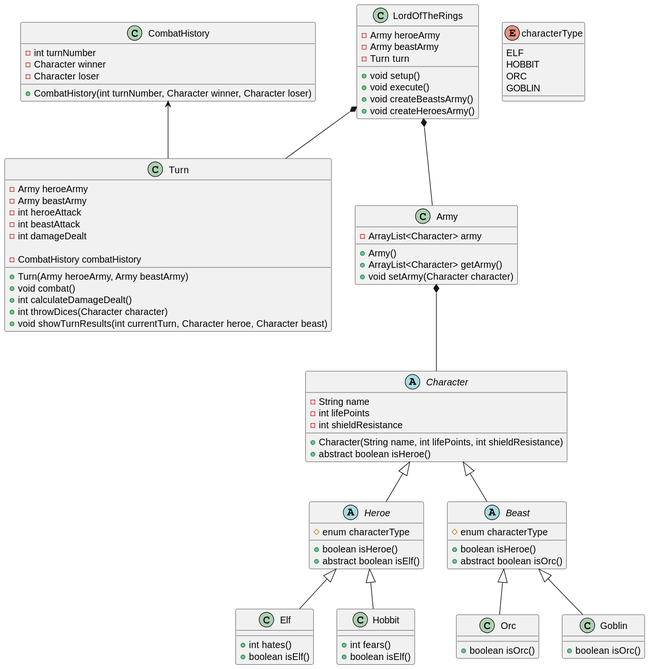
The PlantUML diagram docs/ClassDiagram.svg in daniel-Lopez-telus/LordOfTheRings, before a commit.
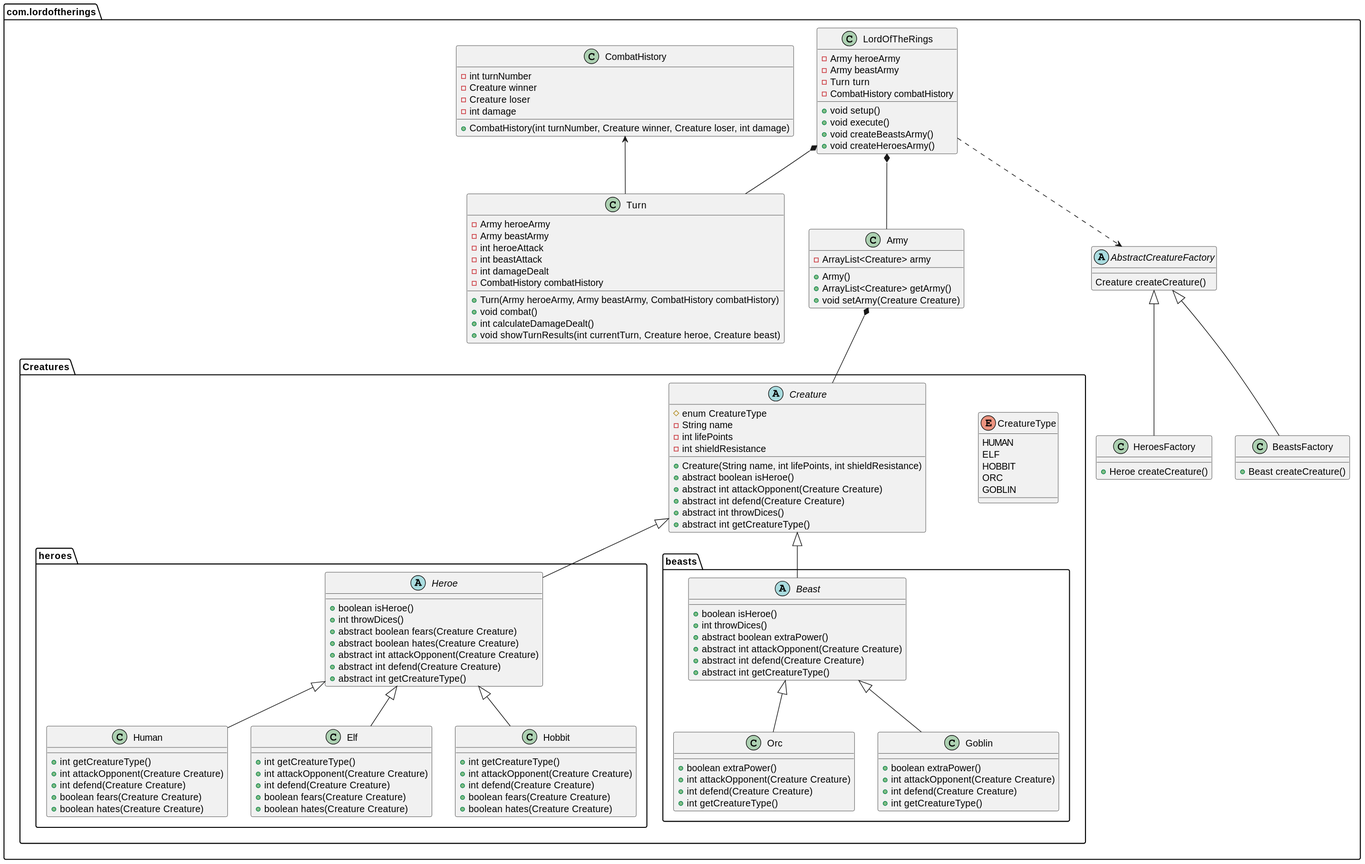
Above is the later version.

Commit message:
Rename: character to creature

Diff of the diagram source:
```diff
@@ -1,101 +1,156 @@
-@startuml LordOfTheRings
+@startuml ClassDiagram
 
-class LordOfTheRings{
-    -Army heroeArmy
-    -Army beastArmy
-    -Turn turn
+package com.lordoftherings{
+    class LordOfTheRings{
+        -Army heroeArmy
+        -Army beastArmy
+        -Turn turn
+        -CombatHistory combatHistory
 
-    +void setup()
-    +void execute()
-    +void createBeastsArmy()
-    +void createHeroesArmy()
-}
+        +void setup()
+        +void execute()
+        +void createBeastsArmy()
+        +void createHeroesArmy()
+    }
 
-class Turn{
-    -Army heroeArmy
-    -Army beastArmy
-    -int heroeAttack
-    -int beastAttack
-    -int damageDealt
+    class Turn{
+        -Army heroeArmy
+        -Army beastArmy
+        -int heroeAttack
+        -int beastAttack
+        -int damageDealt
+        -CombatHistory combatHistory
 
-    +Turn(Army heroeArmy, Army beastArmy)
-    -CombatHistory combatHistory
-    +void combat()
-    +int calculateDamageDealt()
-    +int throwDices(Character character)
-    +void showTurnResults(int currentTurn, Character heroe, Character beast)
-}
+        +Turn(Army heroeArmy, Army beastArmy, CombatHistory combatHistory)
+        +void combat()
+        +int calculateDamageDealt()
+        +void showTurnResults(int currentTurn, Creature heroe, Creature beast)
+    }
 
-class CombatHistory{
-    -int turnNumber
-    -Character winner
-    -Character loser
+    class CombatHistory{
+        -int turnNumber
+        -Creature winner
+        -Creature loser
+        -int damage
 
-    +CombatHistory(int turnNumber, Character winner, Character loser)
-}
+        +CombatHistory(int turnNumber, Creature winner, Creature loser, int damage)
+    }
 
-class Army{
-    -ArrayList<Character> army
+    package Creatures{
+        enum CreatureType{
+            HUMAN
+            ELF
+            HOBBIT
+            ORC
+            GOBLIN
+        }
 
-    +Army()
-    +ArrayList<Character> getArmy()
-    +void setArmy(Character character)
-}
+        abstract class Creature{
+            #enum CreatureType
+            -String name
+            -int lifePoints
+            -int shieldResistance
 
-abstract class Character{
-    -String name
-    -int lifePoints
-    -int shieldResistance
+            +Creature(String name, int lifePoints, int shieldResistance)
+            +abstract boolean isHeroe()
+            +abstract int attackOpponent(Creature Creature)
+            +abstract int defend(Creature Creature)
+            +abstract int throwDices()
+            +abstract int getCreatureType()
+        }
 
-    +Character(String name, int lifePoints, int shieldResistance)
-    +abstract boolean isHeroe()
-}
+        package heroes{
+            abstract class Heroe{
+                +boolean isHeroe()
+                +int throwDices()
+                +abstract boolean fears(Creature Creature)
+                +abstract boolean hates(Creature Creature)
+                +abstract int attackOpponent(Creature Creature)
+                +abstract int defend(Creature Creature)
+                +abstract int getCreatureType()
+            }
 
-abstract class Heroe{
-    #enum characterType
-    +boolean isHeroe()
-    +abstract boolean isElf()
-}
+            class Human{
+                +int getCreatureType()
+                +int attackOpponent(Creature Creature)
+                +int defend(Creature Creature)
+                +boolean fears(Creature Creature)
+                +boolean hates(Creature Creature)
+            }
 
-enum characterType{
-    ELF
-    HOBBIT
-    ORC
-    GOBLIN
-}
+            class Elf{
+                +int getCreatureType()
+                +int attackOpponent(Creature Creature)
+                +int defend(Creature Creature)
+                +boolean fears(Creature Creature)
+                +boolean hates(Creature Creature)
+            }
 
-class Elf{
-    +int hates()
-    +boolean isElf()
-}
+            class Hobbit{
+                +int getCreatureType()
+                +int attackOpponent(Creature Creature)
+                +int defend(Creature Creature)
+                +boolean fears(Creature Creature)
+                +boolean hates(Creature Creature)
+            }
+        }
 
-class Hobbit{
-    +int fears()
-    +boolean isElf()
-}
+        package beasts{
+            abstract class Beast{
+                +boolean isHeroe()
+                +int throwDices()
+                +abstract boolean extraPower()
+                +abstract int attackOpponent(Creature Creature)
+                +abstract int defend(Creature Creature)
+                +abstract int getCreatureType()
+            }
 
-abstract class Beast{
-    #enum characterType
-    +boolean isHeroe()
-    +abstract boolean isOrc()
-}
+            class Orc{
+                +boolean extraPower()
+                +int attackOpponent(Creature Creature)
+                +int defend(Creature Creature)
+                +int getCreatureType()
+            }
 
-class Orc{
-    +boolean isOrc()
-}
+            class Goblin{
+                +boolean extraPower()
+                +int attackOpponent(Creature Creature)
+                +int defend(Creature Creature)
+                +int getCreatureType()
+            }
+        }
+    }
 
-class Goblin{
-    +boolean isOrc()
+    class Army{
+        -ArrayList<Creature> army
+
+        +Army()
+        +ArrayList<Creature> getArmy()
+        +void setArmy(Creature Creature)
+    }
+
+    abstract class AbstractCreatureFactory {
+        Creature createCreature()
+    }
+
+    class HeroesFactory {
+        +Heroe createCreature()
+    }
+
+    class BeastsFactory {
+        +Beast createCreature()
+    }
 }
 
 LordOfTheRings *-- Turn
 LordOfTheRings *-- Army
 
-Army *-- Character
+Army *-- Creature
 
-Character <|-- Heroe
-Character <|-- Beast
+Creature <|-- Heroe
+Creature <|-- Beast
 
+Heroe <|-- Human
 Heroe <|-- Elf
 Heroe <|-- Hobbit
 
@@ -104,4 +159,8 @@
 
 CombatHistory <-- Turn
 
+LordOfTheRings ..> AbstractCreatureFactory
+AbstractCreatureFactory <|-- HeroesFactory
+AbstractCreatureFactory <|-- BeastsFactory
+
 @enduml
```
